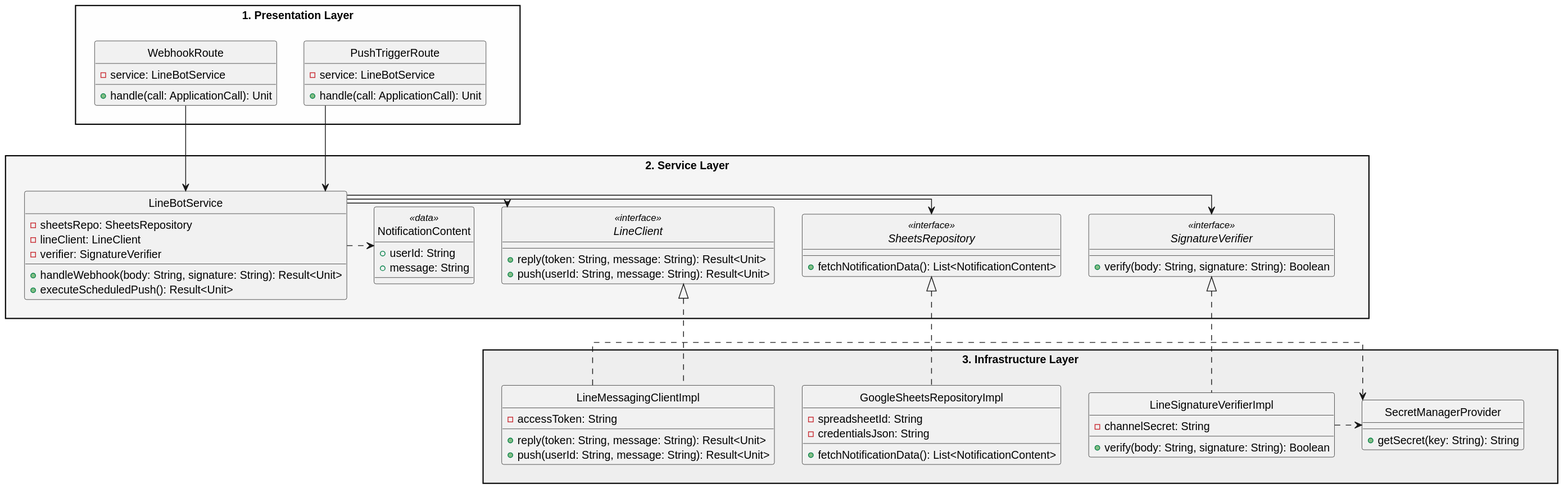
sallyluenoa/FRLineAgent keeps this PlantUML diagram as docs/designs/images/class_diagram.svg. Above is the earlier version.
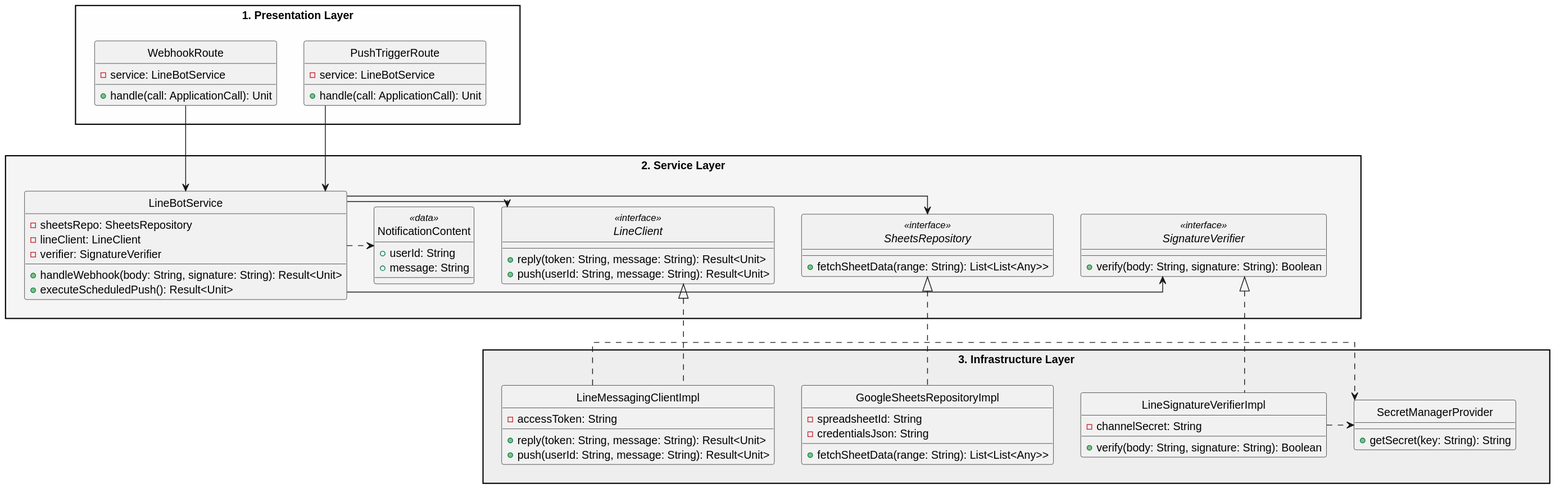
After the commit.

The edit, as a diff of the source:
```diff
@@ -29,7 +29,7 @@
     }
 
     interface SheetsRepository <<interface>> {
-        + fetchNotificationData(): List<NotificationContent>
+        + fetchSheetData(range: String): List<List<Any>>
     }
 
     interface LineClient <<interface>> {
@@ -51,7 +51,7 @@
     class GoogleSheetsRepositoryImpl {
         - spreadsheetId: String
         - credentialsJson: String
-        + fetchNotificationData(): List<NotificationContent>
+        + fetchSheetData(range: String): List<List<Any>>
     }
     class LineMessagingClientImpl {
         - accessToken: String
```
